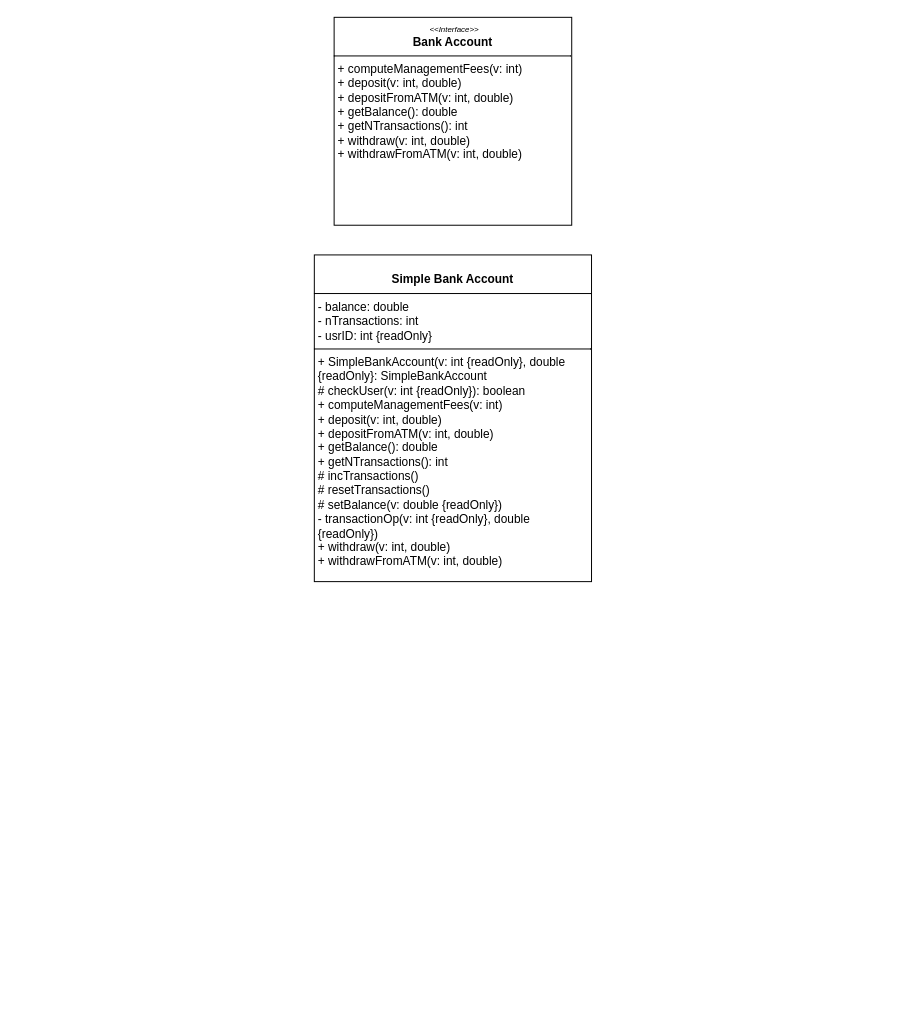
a-dakir/pmo2026-lab keeps this draw.io diagram as src/lab3/lab3.drawio. Above is the earlier version. Source tidied: cells renumbered, new cells numbered last; positions are measured from the earlier drawing's top-left corner, leaving out a move shared by most shapes. Both pictures are drawn from the tidied source at 99%, with x=0, y=0 at pixel (314, 17).
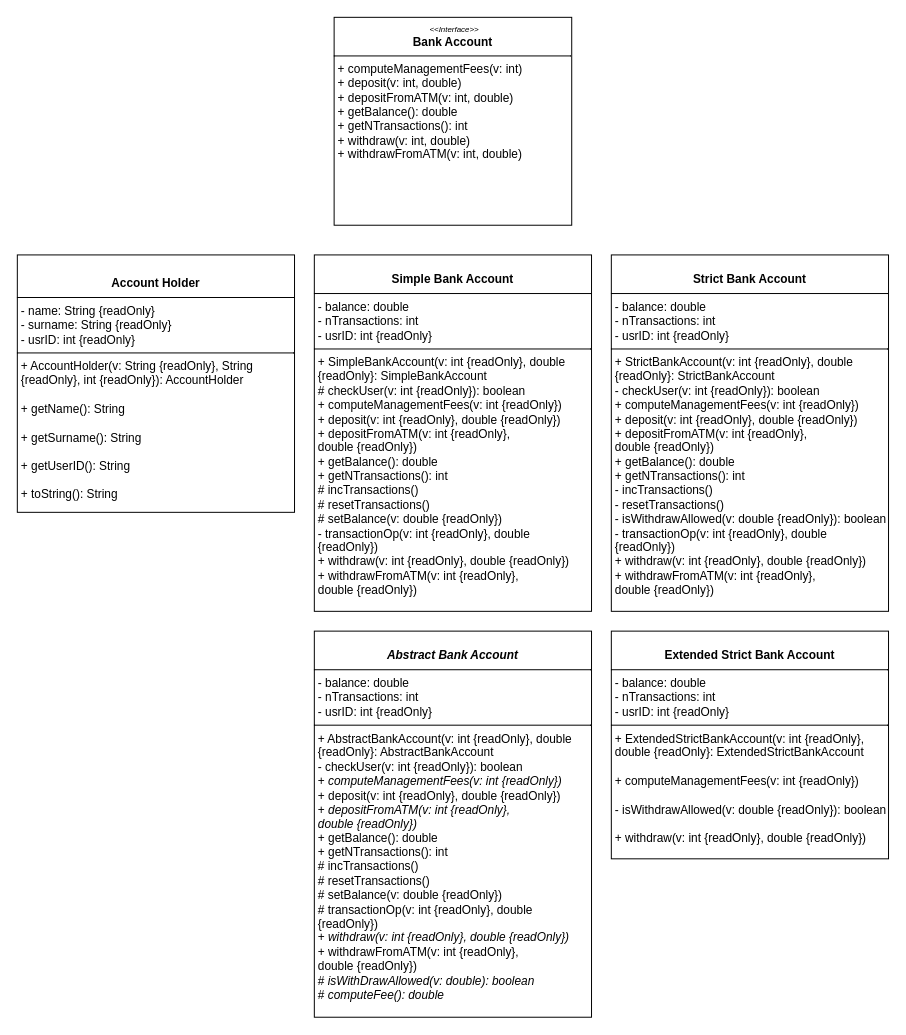
The same page after the edit.

Commit message:
feat: update lab3 uml scheme

The edit, as a diff of the source:
```diff
@@
 <mxGraphModel>
   <root>
     <mxCell id="0" />
     <mxCell id="1" parent="0" />
     <mxCell id="2" value="&lt;p style=&quot;margin:0px;margin-top:4px;text-align:center;&quot;&gt;&lt;b&gt;&amp;nbsp;&lt;/b&gt;&lt;i&gt;&lt;font style=&quot;font-size: 8px;&quot;&gt;&amp;lt;&amp;lt;Interface&amp;gt;&amp;gt;&lt;/font&gt;&lt;/i&gt;&lt;b&gt;&lt;br&gt;Bank Account&lt;/b&gt;&lt;/p&gt;&lt;hr size=&quot;1&quot; style=&quot;border-style:solid;&quot;&gt;&lt;p style=&quot;margin:0px;margin-left:4px;&quot;&gt;+ computeManagementFees(v: int)&lt;/p&gt;&lt;p style=&quot;margin:0px;margin-left:4px;&quot;&gt;+ deposit(v: int, double)&lt;/p&gt;&lt;p style=&quot;margin:0px;margin-left:4px;&quot;&gt;+ depositFromATM(v: int, double)&lt;/p&gt;&lt;p style=&quot;margin:0px;margin-left:4px;&quot;&gt;+ getBalance(): double&lt;/p&gt;&lt;p style=&quot;margin:0px;margin-left:4px;&quot;&gt;+ getNTransactions(): int&lt;/p&gt;&lt;p style=&quot;margin:0px;margin-left:4px;&quot;&gt;+ withdraw(v: int, double)&lt;/p&gt;&lt;p style=&quot;margin:0px;margin-left:4px;&quot;&gt;+ withdrawFromATM(v: int, double)&lt;/p&gt;" style="verticalAlign=top;align=left;overflow=fill;html=1;whiteSpace=wrap;" parent="1" vertex="1">
       <mxGeometry x="20" width="240" height="210" as="geometry" />
     </mxCell>
-    <mxCell id="3" value="&lt;p style=&quot;margin:0px;margin-top:4px;text-align:center;&quot;&gt;&lt;b&gt;&lt;br&gt;Simple Bank Account&lt;/b&gt;&lt;/p&gt;&lt;hr size=&quot;1&quot; style=&quot;border-style:solid;&quot;&gt;&lt;p style=&quot;margin:0px;margin-left:4px;&quot;&gt;- balance: double&lt;/p&gt;&lt;p style=&quot;margin:0px;margin-left:4px;&quot;&gt;- nTransactions: int&lt;/p&gt;&lt;p style=&quot;margin:0px;margin-left:4px;&quot;&gt;- usrID: int {readOnly}&lt;/p&gt;&lt;hr size=&quot;1&quot; style=&quot;border-style:solid;&quot;&gt;&lt;p style=&quot;margin:0px;margin-left:4px;&quot;&gt;+ SimpleBankAccount(v: int {readOnly}, double {readOnly}: SimpleBankAccount&lt;/p&gt;&lt;p style=&quot;margin:0px;margin-left:4px;&quot;&gt;# checkUser(v: int {readOnly}): boolean&lt;/p&gt;&lt;p style=&quot;margin:0px;margin-left:4px;&quot;&gt;+ computeManagementFees(v: int)&lt;/p&gt;&lt;p style=&quot;margin:0px;margin-left:4px;&quot;&gt;+ deposit(v: int, double)&lt;/p&gt;&lt;p style=&quot;margin:0px;margin-left:4px;&quot;&gt;+ depositFromATM(v: int, double)&lt;/p&gt;&lt;p style=&quot;margin:0px;margin-left:4px;&quot;&gt;+ getBalance(): double&lt;/p&gt;&lt;p style=&quot;margin:0px;margin-left:4px;&quot;&gt;+ getNTransactions(): int&lt;/p&gt;&lt;p style=&quot;margin:0px;margin-left:4px;&quot;&gt;# incTransactions()&lt;/p&gt;&lt;p style=&quot;margin:0px;margin-left:4px;&quot;&gt;# resetTransactions()&lt;/p&gt;&lt;p style=&quot;margin:0px;margin-left:4px;&quot;&gt;# setBalance(v: double {readOnly})&lt;br&gt;- transactionOp(v: int {readOnly}, double {readOnly})&lt;/p&gt;&lt;p style=&quot;margin:0px;margin-left:4px;&quot;&gt;+ withdraw(v: int, double)&lt;/p&gt;&lt;p style=&quot;margin:0px;margin-left:4px;&quot;&gt;+ withdrawFromATM(v: int, double)&lt;/p&gt;" style="verticalAlign=top;align=left;overflow=fill;html=1;whiteSpace=wrap;" parent="1" vertex="1">
-      <mxGeometry y="240" width="280" height="330" as="geometry" />
+    <mxCell id="3" value="&lt;p style=&quot;margin:0px;margin-top:4px;text-align:center;&quot;&gt;&lt;b&gt;&lt;br&gt;Simple Bank Account&lt;/b&gt;&lt;/p&gt;&lt;hr size=&quot;1&quot; style=&quot;border-style:solid;&quot;&gt;&lt;p style=&quot;margin:0px;margin-left:4px;&quot;&gt;- balance: double&lt;/p&gt;&lt;p style=&quot;margin:0px;margin-left:4px;&quot;&gt;- nTransactions: int&lt;/p&gt;&lt;p style=&quot;margin:0px;margin-left:4px;&quot;&gt;- usrID: int {readOnly}&lt;/p&gt;&lt;hr size=&quot;1&quot; style=&quot;border-style:solid;&quot;&gt;&lt;p style=&quot;margin:0px;margin-left:4px;&quot;&gt;+ SimpleBankAccount(v: int {readOnly}, double {readOnly}: SimpleBankAccount&lt;/p&gt;&lt;p style=&quot;margin:0px;margin-left:4px;&quot;&gt;# checkUser(v: int {readOnly}): boolean&lt;/p&gt;&lt;p style=&quot;margin:0px;margin-left:4px;&quot;&gt;+ computeManagementFees(v: int {readOnly})&lt;/p&gt;&lt;p style=&quot;margin:0px;margin-left:4px;&quot;&gt;+ deposit(v: int&amp;nbsp;{readOnly}, double&amp;nbsp;{readOnly})&lt;/p&gt;&lt;p style=&quot;margin:0px;margin-left:4px;&quot;&gt;+ depositFromATM(v: int&amp;nbsp;{readOnly}, double&amp;nbsp;{readOnly})&lt;/p&gt;&lt;p style=&quot;margin:0px;margin-left:4px;&quot;&gt;+ getBalance(): double&lt;/p&gt;&lt;p style=&quot;margin:0px;margin-left:4px;&quot;&gt;+ getNTransactions(): int&lt;/p&gt;&lt;p style=&quot;margin:0px;margin-left:4px;&quot;&gt;# incTransactions()&lt;/p&gt;&lt;p style=&quot;margin:0px;margin-left:4px;&quot;&gt;# resetTransactions()&lt;/p&gt;&lt;p style=&quot;margin:0px;margin-left:4px;&quot;&gt;# setBalance(v: double {readOnly})&lt;br&gt;- transactionOp(v: int {readOnly}, double {readOnly})&lt;/p&gt;&lt;p style=&quot;margin:0px;margin-left:4px;&quot;&gt;+ withdraw(v: int&amp;nbsp;{readOnly}, double&amp;nbsp;{readOnly})&lt;/p&gt;&lt;p style=&quot;margin:0px;margin-left:4px;&quot;&gt;+ withdrawFromATM(v: int&amp;nbsp;{readOnly}, double&amp;nbsp;{readOnly})&lt;/p&gt;" style="verticalAlign=top;align=left;overflow=fill;html=1;whiteSpace=wrap;" parent="1" vertex="1">
+      <mxGeometry y="240" width="280" height="360" as="geometry" />
     </mxCell>
+    <mxCell id="4" value="&lt;p style=&quot;margin:0px;margin-top:4px;text-align:center;&quot;&gt;&lt;b&gt;&lt;br&gt;Strict Bank Account&lt;/b&gt;&lt;/p&gt;&lt;hr size=&quot;1&quot; style=&quot;border-style:solid;&quot;&gt;&lt;p style=&quot;margin:0px;margin-left:4px;&quot;&gt;- balance: double&lt;/p&gt;&lt;p style=&quot;margin:0px;margin-left:4px;&quot;&gt;- nTransactions: int&lt;/p&gt;&lt;p style=&quot;margin:0px;margin-left:4px;&quot;&gt;- usrID: int {readOnly}&lt;/p&gt;&lt;hr size=&quot;1&quot; style=&quot;border-style:solid;&quot;&gt;&lt;p style=&quot;margin:0px;margin-left:4px;&quot;&gt;+ StrictBankAccount(v: int {readOnly}, double {readOnly}: StrictBankAccount&lt;/p&gt;&lt;p style=&quot;margin:0px;margin-left:4px;&quot;&gt;- checkUser(v: int {readOnly}): boolean&lt;/p&gt;&lt;p style=&quot;margin:0px;margin-left:4px;&quot;&gt;+ computeManagementFees(v: int {readOnly})&lt;/p&gt;&lt;p style=&quot;margin:0px;margin-left:4px;&quot;&gt;+ deposit(v: int&amp;nbsp;{readOnly}, double&amp;nbsp;{readOnly})&lt;/p&gt;&lt;p style=&quot;margin:0px;margin-left:4px;&quot;&gt;+ depositFromATM(v: int&amp;nbsp;{readOnly}, double&amp;nbsp;{readOnly})&lt;/p&gt;&lt;p style=&quot;margin:0px;margin-left:4px;&quot;&gt;+ getBalance(): double&lt;/p&gt;&lt;p style=&quot;margin:0px;margin-left:4px;&quot;&gt;+ getNTransactions(): int&lt;/p&gt;&lt;p style=&quot;margin:0px;margin-left:4px;&quot;&gt;- incTransactions()&lt;/p&gt;&lt;p style=&quot;margin:0px;margin-left:4px;&quot;&gt;- resetTransactions()&lt;/p&gt;&lt;p style=&quot;margin:0px;margin-left:4px;&quot;&gt;- isWithdrawAllowed(v: double {readOnly}): boolean&lt;br&gt;- transactionOp(v: int {readOnly}, double {readOnly})&lt;/p&gt;&lt;p style=&quot;margin:0px;margin-left:4px;&quot;&gt;+ withdraw(v: int&amp;nbsp;{readOnly}, double&amp;nbsp;{readOnly})&lt;/p&gt;&lt;p style=&quot;margin:0px;margin-left:4px;&quot;&gt;+ withdrawFromATM(v: int&amp;nbsp;{readOnly}, double&amp;nbsp;{readOnly})&lt;/p&gt;" style="verticalAlign=top;align=left;overflow=fill;html=1;whiteSpace=wrap;" parent="1" vertex="1">
+      <mxGeometry x="300" y="240" width="280" height="360" as="geometry" />
+    </mxCell>
+    <mxCell id="5" value="&lt;p style=&quot;margin:0px;margin-top:4px;text-align:center;&quot;&gt;&lt;br&gt;&lt;/p&gt;&lt;p style=&quot;margin:0px;margin-top:4px;text-align:center;&quot;&gt;&lt;b&gt;Account Holder&lt;/b&gt;&lt;/p&gt;&lt;hr size=&quot;1&quot; style=&quot;border-style:solid;&quot;&gt;&lt;p style=&quot;margin:0px;margin-left:4px;&quot;&gt;- name: String {readOnly}&lt;/p&gt;&lt;p style=&quot;margin:0px;margin-left:4px;&quot;&gt;- surname: String {readOnly}&lt;/p&gt;&lt;p style=&quot;margin:0px;margin-left:4px;&quot;&gt;- usrID: int {readOnly}&lt;/p&gt;&lt;hr size=&quot;1&quot; style=&quot;border-style:solid;&quot;&gt;&lt;p style=&quot;margin:0px;margin-left:4px;&quot;&gt;+ AccountHolder(v: String {readOnly}, String {readOnly}, int {readOnly}): AccountHolder&lt;/p&gt;&lt;p style=&quot;margin:0px;margin-left:4px;&quot;&gt;&lt;br&gt;&lt;/p&gt;&lt;p style=&quot;margin:0px;margin-left:4px;&quot;&gt;+ getName(): String&lt;/p&gt;&lt;p style=&quot;margin:0px;margin-left:4px;&quot;&gt;&lt;br&gt;&lt;/p&gt;&lt;p style=&quot;margin:0px;margin-left:4px;&quot;&gt;+ getSurname(): String&lt;/p&gt;&lt;p style=&quot;margin:0px;margin-left:4px;&quot;&gt;&lt;br&gt;&lt;/p&gt;&lt;p style=&quot;margin:0px;margin-left:4px;&quot;&gt;+ getUserID(): String&lt;/p&gt;&lt;p style=&quot;margin:0px;margin-left:4px;&quot;&gt;&lt;br&gt;&lt;/p&gt;&lt;p style=&quot;margin:0px;margin-left:4px;&quot;&gt;+ toString(): String&lt;/p&gt;" style="verticalAlign=top;align=left;overflow=fill;html=1;whiteSpace=wrap;" parent="1" vertex="1">
+      <mxGeometry x="-300" y="240" width="280" height="260" as="geometry" />
+    </mxCell>
+    <mxCell id="6" value="&lt;p style=&quot;margin:0px;margin-top:4px;text-align:center;&quot;&gt;&lt;b&gt;&lt;br&gt;Extended Strict Bank Account&lt;/b&gt;&lt;/p&gt;&lt;hr size=&quot;1&quot; style=&quot;border-style:solid;&quot;&gt;&lt;p style=&quot;margin:0px;margin-left:4px;&quot;&gt;- balance: double&lt;/p&gt;&lt;p style=&quot;margin:0px;margin-left:4px;&quot;&gt;- nTransactions: int&lt;/p&gt;&lt;p style=&quot;margin:0px;margin-left:4px;&quot;&gt;- usrID: int {readOnly}&lt;/p&gt;&lt;hr size=&quot;1&quot; style=&quot;border-style:solid;&quot;&gt;&lt;p style=&quot;margin:0px;margin-left:4px;&quot;&gt;+ ExtendedStrictBankAccount(v: int {readOnly}, double {readOnly}: ExtendedStrictBankAccount&lt;/p&gt;&lt;p style=&quot;margin:0px;margin-left:4px;&quot;&gt;&lt;br&gt;&lt;/p&gt;&lt;p style=&quot;margin:0px;margin-left:4px;&quot;&gt;+ computeManagementFees(v: int {readOnly})&lt;/p&gt;&lt;p style=&quot;margin:0px;margin-left:4px;&quot;&gt;&lt;br&gt;&lt;/p&gt;&lt;p style=&quot;margin:0px;margin-left:4px;&quot;&gt;- isWithdrawAllowed(v: double {readOnly}): boolean&lt;/p&gt;&lt;p style=&quot;margin:0px;margin-left:4px;&quot;&gt;&lt;br&gt;&lt;/p&gt;&lt;p style=&quot;margin:0px;margin-left:4px;&quot;&gt;+ withdraw(v: int&amp;nbsp;{readOnly}, double&amp;nbsp;{readOnly})&lt;/p&gt;&lt;p style=&quot;margin:0px;margin-left:4px;&quot;&gt;&lt;br&gt;&lt;/p&gt;" style="verticalAlign=top;align=left;overflow=fill;html=1;whiteSpace=wrap;" parent="1" vertex="1">
+      <mxGeometry x="300" y="620" width="280" height="230" as="geometry" />
+    </mxCell>
+    <mxCell id="7" value="&lt;p style=&quot;margin:0px;margin-top:4px;text-align:center;&quot;&gt;&lt;b&gt;&lt;br&gt;&lt;i&gt;Abstract Bank Account&lt;/i&gt;&lt;/b&gt;&lt;/p&gt;&lt;hr size=&quot;1&quot; style=&quot;border-style:solid;&quot;&gt;&lt;p style=&quot;margin:0px;margin-left:4px;&quot;&gt;- balance: double&lt;/p&gt;&lt;p style=&quot;margin:0px;margin-left:4px;&quot;&gt;- nTransactions: int&lt;/p&gt;&lt;p style=&quot;margin:0px;margin-left:4px;&quot;&gt;- usrID: int {readOnly}&lt;/p&gt;&lt;hr size=&quot;1&quot; style=&quot;border-style:solid;&quot;&gt;&lt;p style=&quot;margin:0px;margin-left:4px;&quot;&gt;+ AbstractBankAccount(v: int {readOnly}, double {readOnly}: AbstractBankAccount&lt;/p&gt;&lt;p style=&quot;margin:0px;margin-left:4px;&quot;&gt;- checkUser(v: int {readOnly}): boolean&lt;/p&gt;&lt;p style=&quot;margin:0px;margin-left:4px;&quot;&gt;+ &lt;i&gt;computeManagementFees(v: int {readOnly})&lt;/i&gt;&lt;/p&gt;&lt;p style=&quot;margin:0px;margin-left:4px;&quot;&gt;+ deposit(v: int&amp;nbsp;{readOnly}, double&amp;nbsp;{readOnly})&lt;/p&gt;&lt;p style=&quot;margin:0px;margin-left:4px;&quot;&gt;+ &lt;i&gt;depositFromATM(v: int&amp;nbsp;{readOnly}, double&amp;nbsp;{readOnly})&lt;/i&gt;&lt;/p&gt;&lt;p style=&quot;margin:0px;margin-left:4px;&quot;&gt;+ getBalance(): double&lt;/p&gt;&lt;p style=&quot;margin:0px;margin-left:4px;&quot;&gt;+ getNTransactions(): int&lt;/p&gt;&lt;p style=&quot;margin:0px;margin-left:4px;&quot;&gt;# incTransactions()&lt;/p&gt;&lt;p style=&quot;margin:0px;margin-left:4px;&quot;&gt;# resetTransactions()&lt;/p&gt;&lt;p style=&quot;margin:0px;margin-left:4px;&quot;&gt;# setBalance(v: double {readOnly})&lt;br&gt;# transactionOp(v: int {readOnly}, double {readOnly})&lt;/p&gt;&lt;p style=&quot;margin:0px;margin-left:4px;&quot;&gt;+ &lt;i&gt;withdraw(v: int&amp;nbsp;{readOnly}, double&amp;nbsp;{readOnly})&lt;/i&gt;&lt;/p&gt;&lt;p style=&quot;margin:0px;margin-left:4px;&quot;&gt;+ withdrawFromATM(v: int&amp;nbsp;{readOnly}, double&amp;nbsp;{readOnly})&lt;/p&gt;&lt;p style=&quot;margin:0px;margin-left:4px;&quot;&gt;# &lt;i&gt;isWithDrawAllowed(v: double): boolean&lt;/i&gt;&lt;/p&gt;&lt;p style=&quot;margin:0px;margin-left:4px;&quot;&gt;# &lt;i&gt;computeFee(): double&lt;/i&gt;&lt;/p&gt;&lt;p style=&quot;margin:0px;margin-left:4px;&quot;&gt;&lt;br&gt;&lt;/p&gt;" style="verticalAlign=top;align=left;overflow=fill;html=1;whiteSpace=wrap;" parent="1" vertex="1">
+      <mxGeometry y="620" width="280" height="390" as="geometry" />
+    </mxCell>
   </root>
 </mxGraphModel>
```
